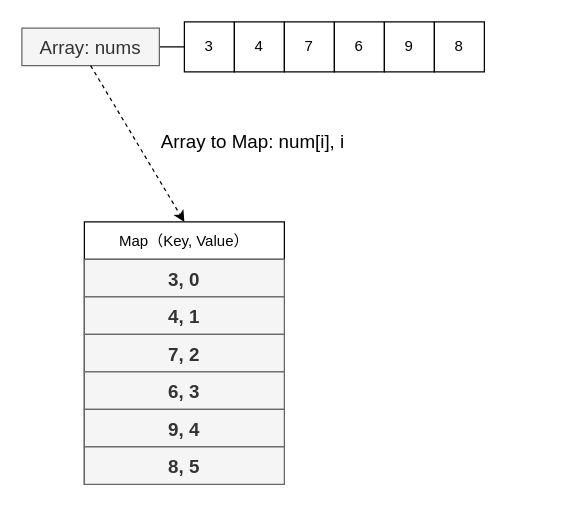
Above: docs/0001_two_sum.drawio in rickbsr/example-leetcode (draw.io), before the change. Source tidied: cells renumbered, new cells numbered last; positions are measured from the earlier drawing's top-left corner, leaving out a move shared by most shapes. Both pictures are drawn from the tidied source at 125%, with x=0, y=0 at pixel (21, 21).
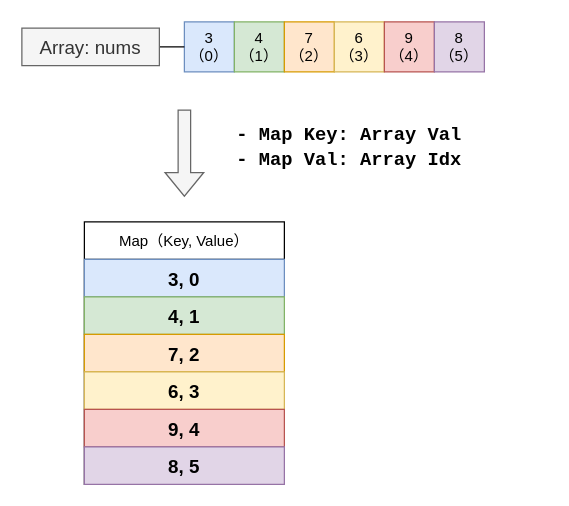
After the change.

The edit, as a diff of the source:
```diff
@@
 <mxGraphModel>
   <root>
     <mxCell id="0" />
     <mxCell id="1" parent="0" />
     <mxCell id="2" value="Map（Key, Value）" style="swimlane;fontStyle=0;horizontal=1;startSize=30;" parent="1" vertex="1">
       <mxGeometry x="50" y="160" width="160" height="210" as="geometry" />
     </mxCell>
-    <mxCell id="3" value="3, 0" style="text;strokeColor=#666666;fillColor=#f5f5f5;align=center;verticalAlign=middle;spacingLeft=4;spacingRight=4;overflow=hidden;fontColor=#333333;fontStyle=1;fontSize=15;" parent="2" vertex="1">
+    <mxCell id="3" value="3, 0" style="text;strokeColor=#6c8ebf;fillColor=#dae8fc;align=center;verticalAlign=middle;spacingLeft=4;spacingRight=4;overflow=hidden;fontStyle=1;fontSize=15;" parent="2" vertex="1">
       <mxGeometry y="30" width="160" height="30" as="geometry" />
     </mxCell>
-    <mxCell id="4" value="4, 1" style="text;strokeColor=#666666;fillColor=#f5f5f5;align=center;verticalAlign=middle;spacingLeft=4;spacingRight=4;overflow=hidden;fontColor=#333333;fontStyle=1;fontSize=15;" parent="2" vertex="1">
+    <mxCell id="4" value="4, 1" style="text;strokeColor=#82b366;fillColor=#d5e8d4;align=center;verticalAlign=middle;spacingLeft=4;spacingRight=4;overflow=hidden;fontStyle=1;fontSize=15;" parent="2" vertex="1">
       <mxGeometry y="60" width="160" height="30" as="geometry" />
     </mxCell>
-    <mxCell id="5" value="7, 2" style="text;strokeColor=#666666;fillColor=#f5f5f5;align=center;verticalAlign=middle;spacingLeft=4;spacingRight=4;overflow=hidden;fontColor=#333333;fontStyle=1;fontSize=15;" parent="2" vertex="1">
+    <mxCell id="5" value="7, 2" style="text;strokeColor=#d79b00;fillColor=#ffe6cc;align=center;verticalAlign=middle;spacingLeft=4;spacingRight=4;overflow=hidden;fontStyle=1;fontSize=15;" parent="2" vertex="1">
       <mxGeometry y="90" width="160" height="30" as="geometry" />
     </mxCell>
-    <mxCell id="6" value="6, 3" style="text;strokeColor=#666666;fillColor=#f5f5f5;align=center;verticalAlign=middle;spacingLeft=4;spacingRight=4;overflow=hidden;fontColor=#333333;fontStyle=1;fontSize=15;" parent="2" vertex="1">
+    <mxCell id="6" value="6, 3" style="text;strokeColor=#d6b656;fillColor=#fff2cc;align=center;verticalAlign=middle;spacingLeft=4;spacingRight=4;overflow=hidden;fontStyle=1;fontSize=15;" parent="2" vertex="1">
       <mxGeometry y="120" width="160" height="30" as="geometry" />
     </mxCell>
-    <mxCell id="7" value="9, 4" style="text;strokeColor=#666666;fillColor=#f5f5f5;align=center;verticalAlign=middle;spacingLeft=4;spacingRight=4;overflow=hidden;fontColor=#333333;fontStyle=1;fontSize=15;" parent="2" vertex="1">
+    <mxCell id="7" value="9, 4" style="text;strokeColor=#b85450;fillColor=#f8cecc;align=center;verticalAlign=middle;spacingLeft=4;spacingRight=4;overflow=hidden;fontStyle=1;fontSize=15;" parent="2" vertex="1">
       <mxGeometry y="150" width="160" height="30" as="geometry" />
     </mxCell>
-    <mxCell id="8" value="8, 5" style="text;strokeColor=#666666;fillColor=#f5f5f5;align=center;verticalAlign=middle;spacingLeft=4;spacingRight=4;overflow=hidden;fontColor=#333333;fontStyle=1;fontSize=15;" parent="2" vertex="1">
+    <mxCell id="8" value="8, 5" style="text;strokeColor=#9673a6;fillColor=#e1d5e7;align=center;verticalAlign=middle;spacingLeft=4;spacingRight=4;overflow=hidden;fontStyle=1;fontSize=15;" parent="2" vertex="1">
       <mxGeometry y="180" width="160" height="30" as="geometry" />
     </mxCell>
-    <mxCell id="9" value="3" style="rounded=0;whiteSpace=wrap;html=1;" parent="1" vertex="1">
+    <mxCell id="9" value="3&lt;br&gt;（0）" style="rounded=0;whiteSpace=wrap;html=1;fillColor=#dae8fc;strokeColor=#6c8ebf;" parent="1" vertex="1">
       <mxGeometry x="130" width="40" height="40" as="geometry" />
     </mxCell>
-    <mxCell id="10" value="4" style="rounded=0;whiteSpace=wrap;html=1;" parent="1" vertex="1">
+    <mxCell id="10" value="4&lt;br&gt;（1）" style="rounded=0;whiteSpace=wrap;html=1;fillColor=#d5e8d4;strokeColor=#82b366;" parent="1" vertex="1">
       <mxGeometry x="170" width="40" height="40" as="geometry" />
     </mxCell>
-    <mxCell id="11" value="7" style="rounded=0;whiteSpace=wrap;html=1;" parent="1" vertex="1">
+    <mxCell id="11" value="7&lt;br&gt;（2）" style="rounded=0;whiteSpace=wrap;html=1;fillColor=#ffe6cc;strokeColor=#d79b00;" parent="1" vertex="1">
       <mxGeometry x="210" width="40" height="40" as="geometry" />
     </mxCell>
-    <mxCell id="12" value="6" style="rounded=0;whiteSpace=wrap;html=1;" parent="1" vertex="1">
+    <mxCell id="12" value="6&lt;br&gt;（3）" style="rounded=0;whiteSpace=wrap;html=1;fillColor=#fff2cc;strokeColor=#d6b656;" parent="1" vertex="1">
       <mxGeometry x="250" width="40" height="40" as="geometry" />
     </mxCell>
-    <mxCell id="13" value="9" style="rounded=0;whiteSpace=wrap;html=1;" parent="1" vertex="1">
+    <mxCell id="13" value="9&lt;br&gt;（4）" style="rounded=0;whiteSpace=wrap;html=1;fillColor=#f8cecc;strokeColor=#b85450;" parent="1" vertex="1">
       <mxGeometry x="290" width="40" height="40" as="geometry" />
     </mxCell>
-    <mxCell id="14" value="8" style="rounded=0;whiteSpace=wrap;html=1;" parent="1" vertex="1">
+    <mxCell id="14" value="8&lt;br&gt;（5）" style="rounded=0;whiteSpace=wrap;html=1;fillColor=#e1d5e7;strokeColor=#9673a6;" parent="1" vertex="1">
       <mxGeometry x="330" width="40" height="40" as="geometry" />
     </mxCell>
     <mxCell id="15" style="edgeStyle=orthogonalEdgeStyle;rounded=0;jettySize=auto;html=1;exitX=1;exitY=0.5;exitDx=0;exitDy=0;entryX=0;entryY=0.5;entryDx=0;entryDy=0;fontSize=15;endArrow=none;endFill=0;" parent="1" edge="1" source="16" target="9">
       <mxGeometry relative="1" as="geometry" />
     </mxCell>
     <mxCell id="16" value="Array: nums" style="text;html=1;align=center;verticalAlign=middle;whiteSpace=wrap;rounded=0;fontSize=15;fillColor=#f5f5f5;fontColor=#333333;strokeColor=#666666;" parent="1" vertex="1">
       <mxGeometry y="5" width="110" height="30" as="geometry" />
     </mxCell>
-    <mxCell id="17" style="endArrow=classic;html=1;rounded=0;fontSize=15;exitX=0.5;exitY=1;exitDx=0;exitDy=0;entryX=0.5;entryY=0;entryDx=0;entryDy=0;dashed=1;" parent="1" edge="1" source="16" target="2">
-      <mxGeometry relative="1" as="geometry" />
-    </mxCell>
-    <mxCell id="18" value="Array to Map: num[i], i" style="text;html=1;strokeColor=none;fillColor=none;align=center;verticalAlign=middle;whiteSpace=wrap;rounded=0;fontSize=15;" parent="1" vertex="1">
-      <mxGeometry x="80" y="80" width="210" height="30" as="geometry" />
-    </mxCell>
+    <mxCell id="19" style="shape=flexArrow;endArrow=classic;html=1;rounded=0;fillColor=#f5f5f5;strokeColor=#666666;" parent="1" edge="1">
+      <mxGeometry relative="1" as="geometry">
+        <mxPoint x="130" y="70" as="sourcePoint" />
+        <mxPoint x="130" y="140" as="targetPoint" />
+      </mxGeometry>
+    </mxCell>
+    <mxCell id="20" value="&lt;font face=&quot;Courier New&quot;&gt;&lt;b&gt;- Map Key: Array Val&lt;br&gt;- Map Val: Array Idx&lt;/b&gt;&lt;/font&gt;" style="text;html=1;strokeColor=none;fillColor=none;align=left;verticalAlign=middle;whiteSpace=wrap;rounded=0;fontSize=15;" parent="1" vertex="1">
+      <mxGeometry x="170" y="80" width="250" height="40" as="geometry" />
+    </mxCell>
   </root>
 </mxGraphModel>
```
